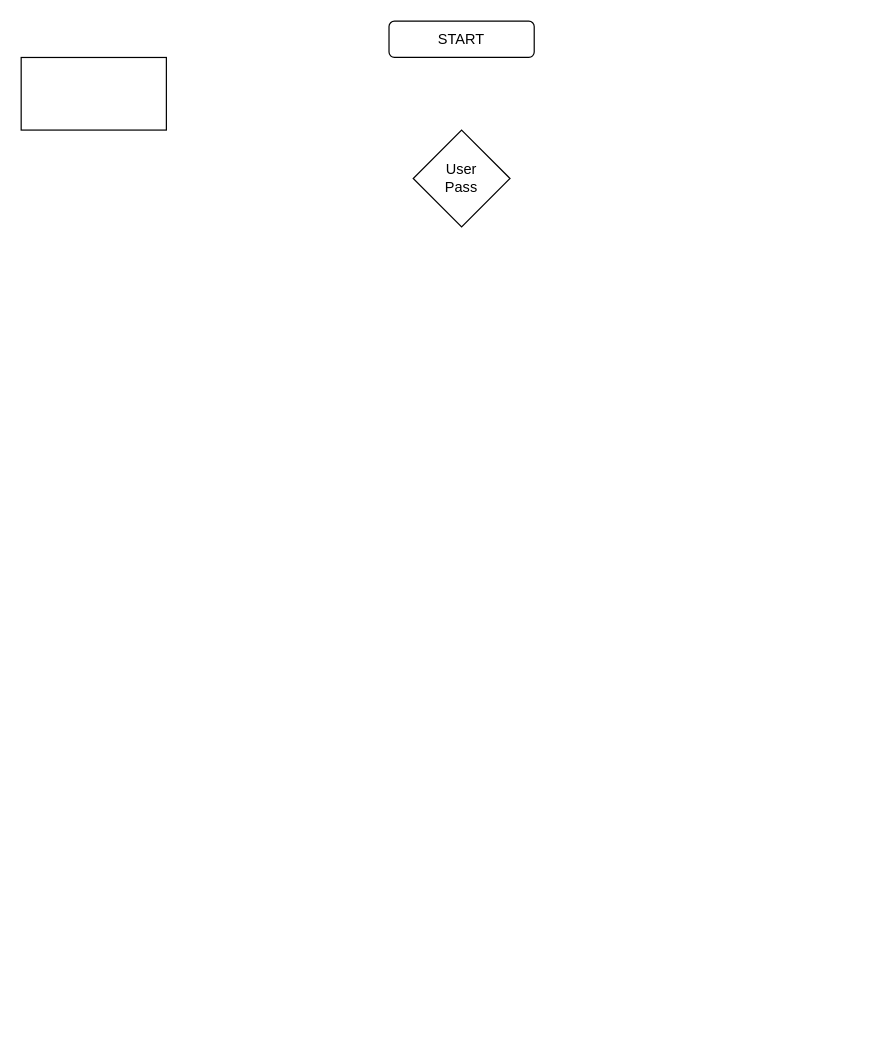
danielo101/db-diagrams keeps this draw.io diagram as web-checkin/Algorithm - Front End.drawio. Above is the earlier version. Source tidied: cells renumbered, new cells numbered last; positions are measured from the earlier drawing's top-left corner, leaving out a move shared by most shapes. Both pictures are drawn from the tidied source at 121%, with x=0, y=0 at pixel (21, 21).
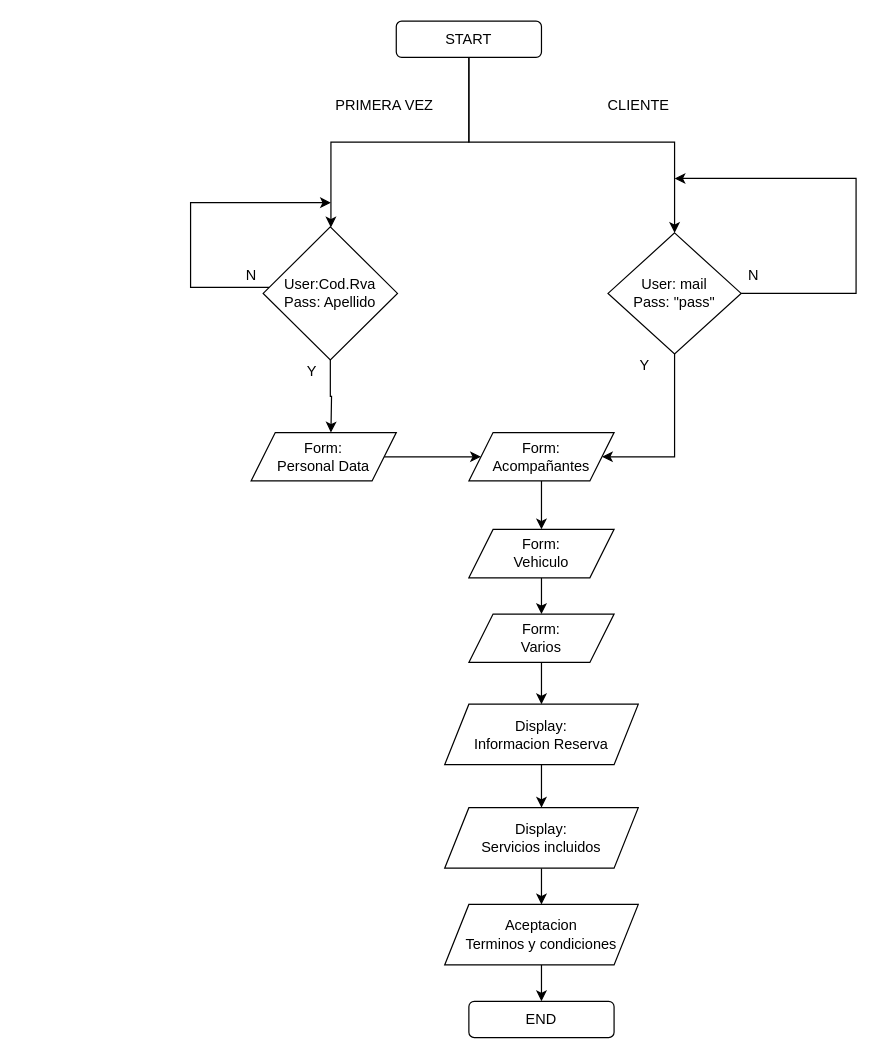
The same page after the edit.

What changed in the source:
```diff
@@
+    <mxCell id="5" style="edgeStyle=orthogonalEdgeStyle;rounded=0;jettySize=auto;html=1;" parent="1" edge="1" source="2">
+      <mxGeometry relative="1" as="geometry">
+        <mxPoint x="256" y="150" as="targetPoint" />
+        <Array as="points">
+          <mxPoint x="140" y="220" />
+          <mxPoint x="140" y="150" />
+        </Array>
+      </mxGeometry>
+    </mxCell>
+    <mxCell id="6" style="edgeStyle=orthogonalEdgeStyle;rounded=0;jettySize=auto;html=1;exitX=0.5;exitY=1;exitDx=0;exitDy=0;" parent="1" edge="1" source="2">
+      <mxGeometry relative="1" as="geometry">
+        <mxPoint x="256" y="340" as="targetPoint" />
+      </mxGeometry>
+    </mxCell>
-    <mxCell id="2" value="&lt;div&gt;User&lt;/div&gt;&lt;div&gt;Pass&lt;br&gt;&lt;/div&gt;" style="rhombus;whiteSpace=wrap;html=1;" parent="1" vertex="1">
-      <mxGeometry x="324" y="90" width="80" height="80" as="geometry" />
+    <mxCell id="2" value="&lt;div&gt;User:Cod.Rva&lt;/div&gt;&lt;div&gt;Pass: Apellido&lt;br&gt;&lt;/div&gt;" style="rhombus;whiteSpace=wrap;html=1;" parent="1" vertex="1">
+      <mxGeometry x="200" y="170" width="111" height="110" as="geometry" />
     </mxCell>
+    <mxCell id="7" style="edgeStyle=orthogonalEdgeStyle;rounded=0;jettySize=auto;html=1;" parent="1" edge="1" source="3" target="2">
+      <mxGeometry relative="1" as="geometry">
+        <Array as="points">
+          <mxPoint x="370" y="100" />
+          <mxPoint x="256" y="100" />
+        </Array>
+      </mxGeometry>
+    </mxCell>
+    <mxCell id="8" style="edgeStyle=orthogonalEdgeStyle;rounded=0;jettySize=auto;html=1;exitX=0.5;exitY=1;exitDx=0;exitDy=0;entryX=0.5;entryY=0;entryDx=0;entryDy=0;" parent="1" edge="1" source="3" target="11">
+      <mxGeometry relative="1" as="geometry">
+        <Array as="points">
+          <mxPoint x="370" y="100" />
+          <mxPoint x="540" y="100" />
+        </Array>
+      </mxGeometry>
+    </mxCell>
     <mxCell id="3" value="START" style="rounded=1;whiteSpace=wrap;html=1;" parent="1" vertex="1">
-      <mxGeometry x="304" width="120" height="30" as="geometry" />
+      <mxGeometry x="310" width="120" height="30" as="geometry" />
     </mxCell>
-    <mxCell id="4" style="rounded=0;whiteSpace=wrap;html=1;" parent="1" vertex="1">
-      <mxGeometry y="30" width="120" height="60" as="geometry" />
-    </mxCell>
+    <mxCell id="9" style="edgeStyle=orthogonalEdgeStyle;rounded=0;jettySize=auto;html=1;" parent="1" edge="1" source="11">
+      <mxGeometry relative="1" as="geometry">
+        <mxPoint x="540" y="130" as="targetPoint" />
+        <Array as="points">
+          <mxPoint x="690" y="225" />
+        </Array>
+      </mxGeometry>
+    </mxCell>
+    <mxCell id="10" style="edgeStyle=orthogonalEdgeStyle;rounded=0;jettySize=auto;html=1;exitX=0.5;exitY=1;exitDx=0;exitDy=0;" parent="1" edge="1" source="11" target="21">
+      <mxGeometry relative="1" as="geometry">
+        <Array as="points">
+          <mxPoint x="540" y="360" />
+        </Array>
+      </mxGeometry>
+    </mxCell>
+    <mxCell id="11" value="&lt;div&gt;User: mail&lt;br&gt;&lt;/div&gt;&lt;div&gt;Pass: &quot;pass&quot;&lt;br&gt;&lt;/div&gt;" style="rhombus;whiteSpace=wrap;html=1;" parent="1" vertex="1">
+      <mxGeometry x="485" y="175" width="110" height="100" as="geometry" />
+    </mxCell>
+    <mxCell id="12" value="PRIMERA VEZ" style="text;html=1;align=center;verticalAlign=middle;strokeColor=none;fillColor=none;" parent="1" vertex="1">
+      <mxGeometry x="255" y="60" width="90" height="20" as="geometry" />
+    </mxCell>
+    <mxCell id="13" value="CLIENTE" style="text;html=1;align=center;verticalAlign=middle;strokeColor=none;fillColor=none;" parent="1" vertex="1">
+      <mxGeometry x="480" y="60" width="60" height="20" as="geometry" />
+    </mxCell>
+    <mxCell id="14" value="N" style="text;html=1;align=center;verticalAlign=middle;strokeColor=none;fillColor=none;" parent="1" vertex="1">
+      <mxGeometry x="595" y="200" width="20" height="20" as="geometry" />
+    </mxCell>
+    <mxCell id="15" value="N" style="text;html=1;align=center;verticalAlign=middle;strokeColor=none;fillColor=none;" parent="1" vertex="1">
+      <mxGeometry x="180" y="200" width="20" height="20" as="geometry" />
+    </mxCell>
+    <mxCell id="16" style="edgeStyle=orthogonalEdgeStyle;rounded=0;jettySize=auto;html=1;" parent="1" edge="1" source="17" target="21">
+      <mxGeometry relative="1" as="geometry" />
+    </mxCell>
+    <mxCell id="17" value="&lt;div&gt;Form:&lt;/div&gt;&lt;div&gt;Personal Data&lt;br&gt;&lt;/div&gt;" style="shape=parallelogram;perimeter=parallelogramPerimeter;whiteSpace=wrap;html=1;fixedSize=1;" parent="1" vertex="1">
+      <mxGeometry x="190" y="340" width="120" height="40" as="geometry" />
+    </mxCell>
+    <mxCell id="18" value="Y" style="text;html=1;align=center;verticalAlign=middle;strokeColor=none;fillColor=none;" parent="1" vertex="1">
+      <mxGeometry x="230" y="280" width="20" height="20" as="geometry" />
+    </mxCell>
+    <mxCell id="19" value="Y" style="text;html=1;align=center;verticalAlign=middle;strokeColor=none;fillColor=none;" parent="1" vertex="1">
+      <mxGeometry x="505" y="275" width="20" height="20" as="geometry" />
+    </mxCell>
+    <mxCell id="20" style="edgeStyle=orthogonalEdgeStyle;rounded=0;jettySize=auto;html=1;" parent="1" edge="1" source="21" target="29">
+      <mxGeometry relative="1" as="geometry" />
+    </mxCell>
+    <mxCell id="21" value="&lt;div&gt;Form:&lt;/div&gt;&lt;div&gt;Acompañantes&lt;br&gt;&lt;/div&gt;" style="shape=parallelogram;perimeter=parallelogramPerimeter;whiteSpace=wrap;html=1;fixedSize=1;" parent="1" vertex="1">
+      <mxGeometry x="370" y="340" width="120" height="40" as="geometry" />
+    </mxCell>
+    <mxCell id="22" style="edgeStyle=orthogonalEdgeStyle;rounded=0;jettySize=auto;html=1;entryX=0.5;entryY=0;entryDx=0;entryDy=0;" parent="1" edge="1" source="23" target="25">
+      <mxGeometry relative="1" as="geometry" />
+    </mxCell>
+    <mxCell id="23" value="&lt;div&gt;Display:&lt;/div&gt;&lt;div&gt;Informacion Reserva&lt;br&gt;&lt;/div&gt;" style="shape=parallelogram;perimeter=parallelogramPerimeter;whiteSpace=wrap;html=1;fixedSize=1;" parent="1" vertex="1">
+      <mxGeometry x="350" y="564.5" width="160" height="50" as="geometry" />
+    </mxCell>
+    <mxCell id="24" style="edgeStyle=orthogonalEdgeStyle;rounded=0;jettySize=auto;html=1;exitX=0.5;exitY=1;exitDx=0;exitDy=0;" parent="1" edge="1" source="25" target="27">
+      <mxGeometry relative="1" as="geometry" />
+    </mxCell>
+    <mxCell id="25" value="&lt;div&gt;Display:&lt;/div&gt;&lt;div&gt;Servicios incluidos&lt;br&gt;&lt;/div&gt;" style="shape=parallelogram;perimeter=parallelogramPerimeter;whiteSpace=wrap;html=1;fixedSize=1;" parent="1" vertex="1">
+      <mxGeometry x="350" y="650" width="160" height="50" as="geometry" />
+    </mxCell>
+    <mxCell id="26" style="edgeStyle=orthogonalEdgeStyle;rounded=0;jettySize=auto;html=1;" parent="1" edge="1" source="27" target="32">
+      <mxGeometry relative="1" as="geometry" />
+    </mxCell>
+    <mxCell id="27" value="&lt;div&gt;Aceptacion&lt;/div&gt;&lt;div&gt;Terminos y condiciones&lt;br&gt;&lt;/div&gt;" style="shape=parallelogram;perimeter=parallelogramPerimeter;whiteSpace=wrap;html=1;fixedSize=1;" parent="1" vertex="1">
+      <mxGeometry x="350" y="730" width="160" height="50" as="geometry" />
+    </mxCell>
+    <mxCell id="28" style="edgeStyle=orthogonalEdgeStyle;rounded=0;jettySize=auto;html=1;exitX=0.5;exitY=1;exitDx=0;exitDy=0;" parent="1" edge="1" source="29" target="31">
+      <mxGeometry relative="1" as="geometry" />
+    </mxCell>
+    <mxCell id="29" value="&lt;div&gt;Form:&lt;/div&gt;&lt;div&gt;Vehiculo&lt;br&gt;&lt;/div&gt;" style="shape=parallelogram;perimeter=parallelogramPerimeter;whiteSpace=wrap;html=1;fixedSize=1;" parent="1" vertex="1">
+      <mxGeometry x="370" y="420" width="120" height="40" as="geometry" />
+    </mxCell>
+    <mxCell id="30" style="edgeStyle=orthogonalEdgeStyle;rounded=0;jettySize=auto;html=1;entryX=0.5;entryY=0;entryDx=0;entryDy=0;" parent="1" edge="1" source="31" target="23">
+      <mxGeometry relative="1" as="geometry" />
+    </mxCell>
+    <mxCell id="31" value="&lt;div&gt;Form:&lt;/div&gt;&lt;div&gt;Varios&lt;br&gt;&lt;/div&gt;" style="shape=parallelogram;perimeter=parallelogramPerimeter;whiteSpace=wrap;html=1;fixedSize=1;" parent="1" vertex="1">
+      <mxGeometry x="370" y="490" width="120" height="40" as="geometry" />
+    </mxCell>
+    <mxCell id="32" value="END" style="rounded=1;whiteSpace=wrap;html=1;" parent="1" vertex="1">
+      <mxGeometry x="370" y="810" width="120" height="30" as="geometry" />
+    </mxCell>
```
